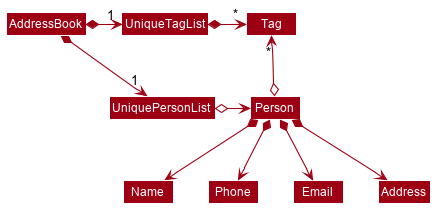
The PlantUML diagram docs/images/BetterModelClassDiagram.png in nus-cs2103-AY1920S2/addressbook-level3, before a commit. Source of this version:
```plantuml
@startuml








skinparam BackgroundColor #FFFFFFF

skinparam Shadowing false

skinparam Class {
    FontColor #FFFFFF
    BorderThickness 1
    BorderColor #FFFFFF
    StereotypeFontColor #FFFFFF
    FontName Arial
}

skinparam Actor {
    BorderColor #000000
    Color #000000
    FontName Arial
}

skinparam Sequence {
    MessageAlign center
    BoxFontSize 15
    BoxPadding 0
    BoxFontColor #FFFFFF
    FontName Arial
}

skinparam Participant {
    FontColor #FFFFFFF
    Padding 20
}

skinparam MinClassWidth 50
skinparam ParticipantPadding 10
skinparam Shadowing false
skinparam DefaultTextAlignment center
skinparam packageStyle Rectangle

hide footbox
hide members
hide circle
skinparam arrowThickness 1.1
skinparam arrowColor #9D0012
skinparam classBackgroundColor #9D0012

AddressBook *-right-> "1" UniquePersonList
AddressBook *-right-> "1" UniqueTagList
UniqueTagList -[hidden]down- UniquePersonList
UniqueTagList -[hidden]down- UniquePersonList

UniqueTagList *-right-> "*" Tag
UniquePersonList o-right-> Person

Person o-up-> "*" Tag

Person *--> Name
Person *--> Phone
Person *--> Email
Person *--> Address
@enduml
```
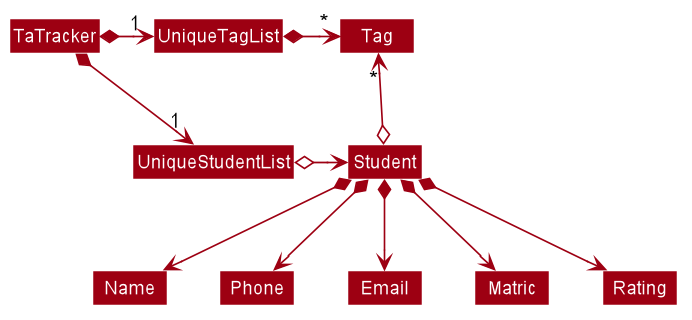
Later version of the same file.

Commit message:
Update AddStudent Sequence Diagram

What changed in the source:
```diff
@@ -51,18 +51,20 @@
 skinparam arrowColor #9D0012
 skinparam classBackgroundColor #9D0012
 
-AddressBook *-right-> "1" UniquePersonList
-AddressBook *-right-> "1" UniqueTagList
-UniqueTagList -[hidden]down- UniquePersonList
-UniqueTagList -[hidden]down- UniquePersonList
+TaTracker *-right-> "1" UniqueStudentList
+TaTracker *-right-> "1" UniqueTagList
+UniqueTagList -[hidden]down- UniqueStudentList
+UniqueTagList -[hidden]down- UniqueStudentList
 
 UniqueTagList *-right-> "*" Tag
-UniquePersonList o-right-> Person
+UniqueStudentList o-right-> Student
 
-Person o-up-> "*" Tag
+Student o-up-> "*" Tag
 
-Person *--> Name
-Person *--> Phone
-Person *--> Email
-Person *--> Address
+Student *--> Name
+Student *--> Phone
+Student *--> Email
+Student *--> Matric
+Student *--> Rating
+
 @enduml
```
